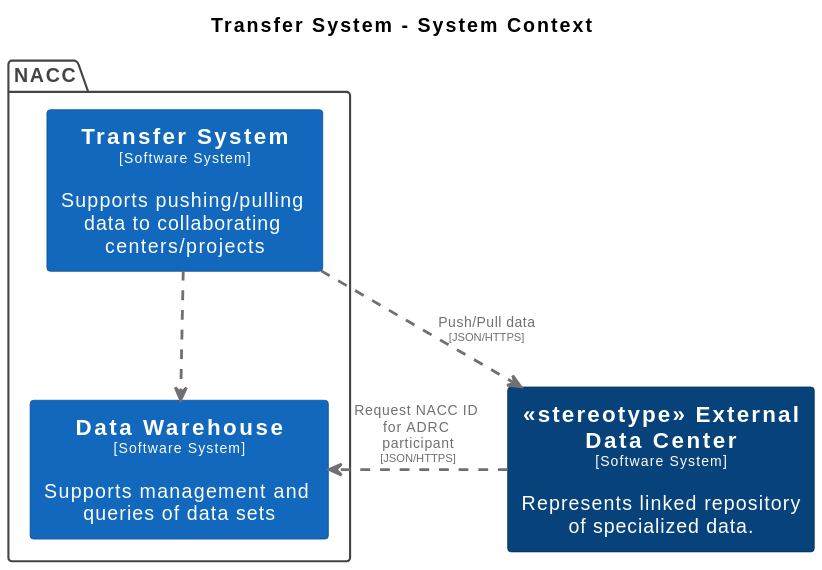
Earlier version of the PlantUML export docs/images/structurizr-TransferContext.svg (naccdata/system-design).
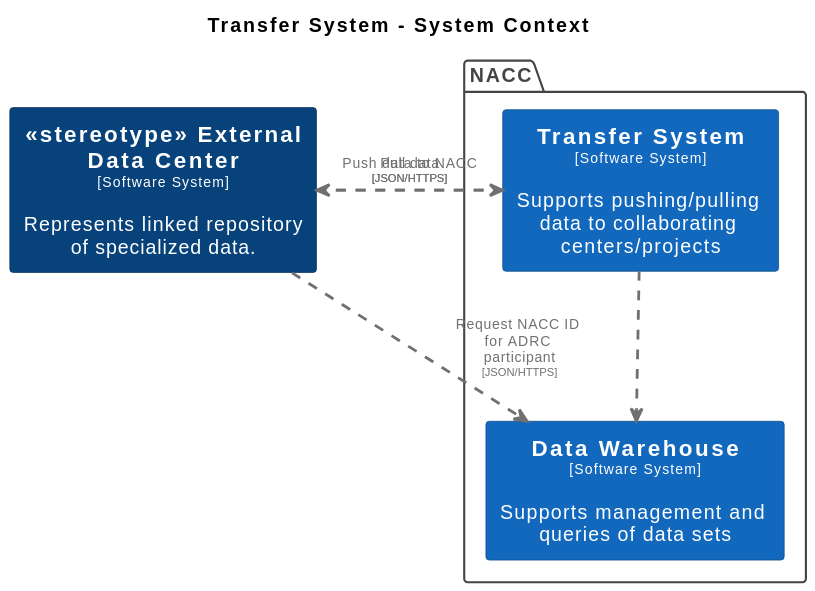
After the change.

Change to the diagram source:
```diff
@@ -40,6 +40,7 @@
 rectangle "==<<stereotype>> External Data Center\n<size:10>[Software System]</size>\n\nRepresents linked repository of specialized data." <<stereotypeExternalDataCenter>> as stereotypeExternalDataCenter
 
 stereotypeExternalDataCenter .[#707070,thickness=2].> DataWarehouse : "<color:#707070>Request NACC ID for ADRC participant\n<color:#707070><size:8>[JSON/HTTPS]</size>"
-TransferSystem .[#707070,thickness=2].> stereotypeExternalDataCenter : "<color:#707070>Push/Pull data\n<color:#707070><size:8>[JSON/HTTPS]</size>"
+stereotypeExternalDataCenter .[#707070,thickness=2].> TransferSystem : "<color:#707070>Push data to NACC\n<color:#707070><size:8>[JSON/HTTPS]</size>"
+TransferSystem .[#707070,thickness=2].> stereotypeExternalDataCenter : "<color:#707070>Pull data\n<color:#707070><size:8>[JSON/HTTPS]</size>"
 TransferSystem .[#707070,thickness=2].> DataWarehouse : "<color:#707070>"
 @enduml
```
